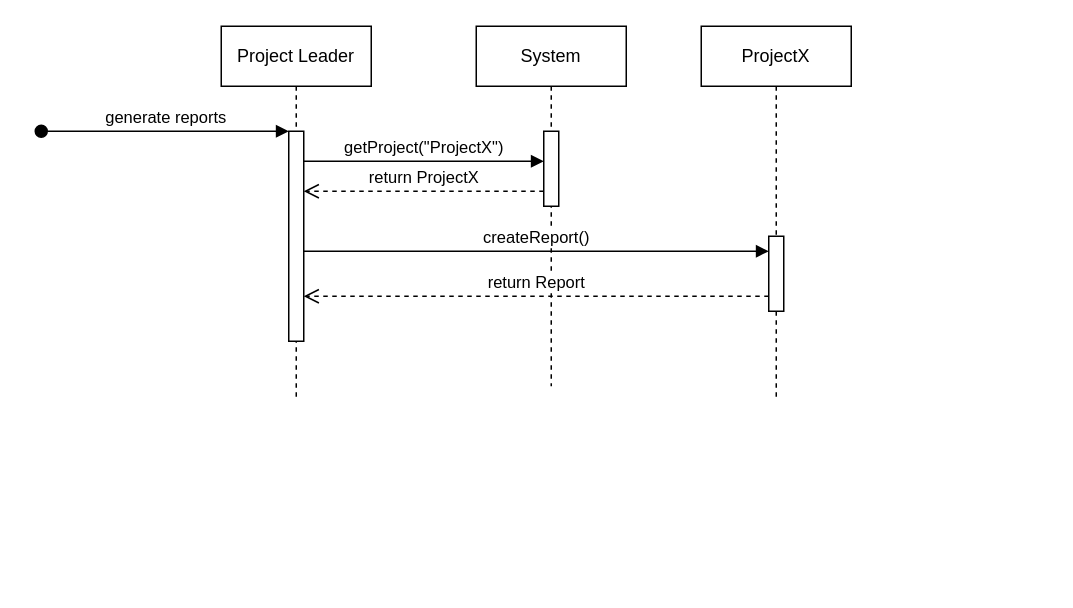
Buildasaurus/02161-Projekt keeps this draw.io diagram as generatereport.drawio. Above is the earlier version. Source tidied: cells renumbered, new cells numbered last; positions are measured from the earlier drawing's top-left corner, leaving out a move shared by most shapes. Both pictures are drawn from the tidied source at 150%, with x=0, y=0 at pixel (40, 26).
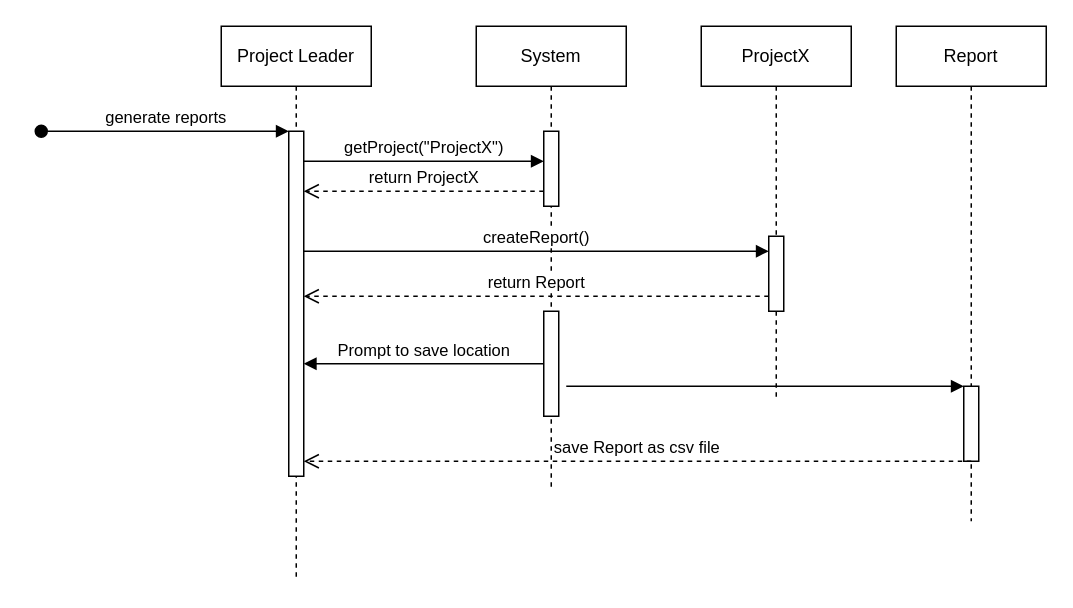
The same page after the edit.

The edit, as a diff of the source:
```diff
@@
     <mxCell id="2" value="Project Leader" style="shape=umlLifeline;perimeter=lifelinePerimeter;whiteSpace=wrap;html=1;newEdgeStyle={&quot;edgeStyle&quot;:&quot;elbowEdgeStyle&quot;,&quot;elbow&quot;:&quot;vertical&quot;,&quot;curved&quot;:0,&quot;rounded&quot;:0};" parent="1" vertex="1">
-      <mxGeometry x="120" width="100" height="250" as="geometry" />
+      <mxGeometry x="120" width="100" height="370" as="geometry" />
     </mxCell>
     <mxCell id="3" style="html=1;points=[];perimeter=orthogonalPerimeter;outlineConnect=0;targetShapes=umlLifeline;portConstraint=eastwest;newEdgeStyle={&quot;edgeStyle&quot;:&quot;elbowEdgeStyle&quot;,&quot;elbow&quot;:&quot;vertical&quot;,&quot;curved&quot;:0,&quot;rounded&quot;:0};" parent="2" vertex="1">
-      <mxGeometry x="45" y="70" width="10" height="140" as="geometry" />
+      <mxGeometry x="45" y="70" width="10" height="230" as="geometry" />
     </mxCell>
@@
     <mxCell id="6" value="System" style="shape=umlLifeline;perimeter=lifelinePerimeter;whiteSpace=wrap;html=1;newEdgeStyle={&quot;edgeStyle&quot;:&quot;elbowEdgeStyle&quot;,&quot;elbow&quot;:&quot;vertical&quot;,&quot;curved&quot;:0,&quot;rounded&quot;:0};" parent="1" vertex="1">
-      <mxGeometry x="290" width="100" height="240" as="geometry" />
+      <mxGeometry x="290" width="100" height="310" as="geometry" />
     </mxCell>
@@
+    <mxCell id="13" style="html=1;points=[];perimeter=orthogonalPerimeter;outlineConnect=0;targetShapes=umlLifeline;portConstraint=eastwest;newEdgeStyle={&quot;edgeStyle&quot;:&quot;elbowEdgeStyle&quot;,&quot;elbow&quot;:&quot;vertical&quot;,&quot;curved&quot;:0,&quot;rounded&quot;:0};" parent="6" vertex="1">
+      <mxGeometry x="45" y="190" width="10" height="70" as="geometry" />
+    </mxCell>
@@
+    <mxCell id="14" value="Prompt to save location" style="html=1;verticalAlign=bottom;endArrow=block;curved=0;rounded=0;" parent="1" edge="1" source="13" target="3">
+      <mxGeometry relative="1" as="geometry" />
+    </mxCell>
+    <mxCell id="15" value="Report" style="shape=umlLifeline;perimeter=lifelinePerimeter;whiteSpace=wrap;html=1;newEdgeStyle={&quot;edgeStyle&quot;:&quot;elbowEdgeStyle&quot;,&quot;elbow&quot;:&quot;vertical&quot;,&quot;curved&quot;:0,&quot;rounded&quot;:0};" parent="1" vertex="1">
+      <mxGeometry x="570" width="100" height="330" as="geometry" />
+    </mxCell>
+    <mxCell id="16" style="html=1;points=[];perimeter=orthogonalPerimeter;outlineConnect=0;targetShapes=umlLifeline;portConstraint=eastwest;newEdgeStyle={&quot;edgeStyle&quot;:&quot;elbowEdgeStyle&quot;,&quot;elbow&quot;:&quot;vertical&quot;,&quot;curved&quot;:0,&quot;rounded&quot;:0};" parent="15" vertex="1">
+      <mxGeometry x="45" y="240" width="10" height="50" as="geometry" />
+    </mxCell>
+    <mxCell id="17" style="html=1;verticalAlign=bottom;endArrow=block;curved=0;rounded=0;" parent="1" edge="1" target="16">
+      <mxGeometry relative="1" as="geometry">
+        <mxPoint x="350" y="240" as="sourcePoint" />
+      </mxGeometry>
+    </mxCell>
+    <mxCell id="18" value="save Report as csv file" style="html=1;verticalAlign=bottom;endArrow=open;dashed=1;endSize=8;curved=0;rounded=0;" parent="1" edge="1" target="3">
+      <mxGeometry relative="1" as="geometry">
+        <mxPoint x="620" y="290" as="sourcePoint" />
+      </mxGeometry>
+    </mxCell>
```
